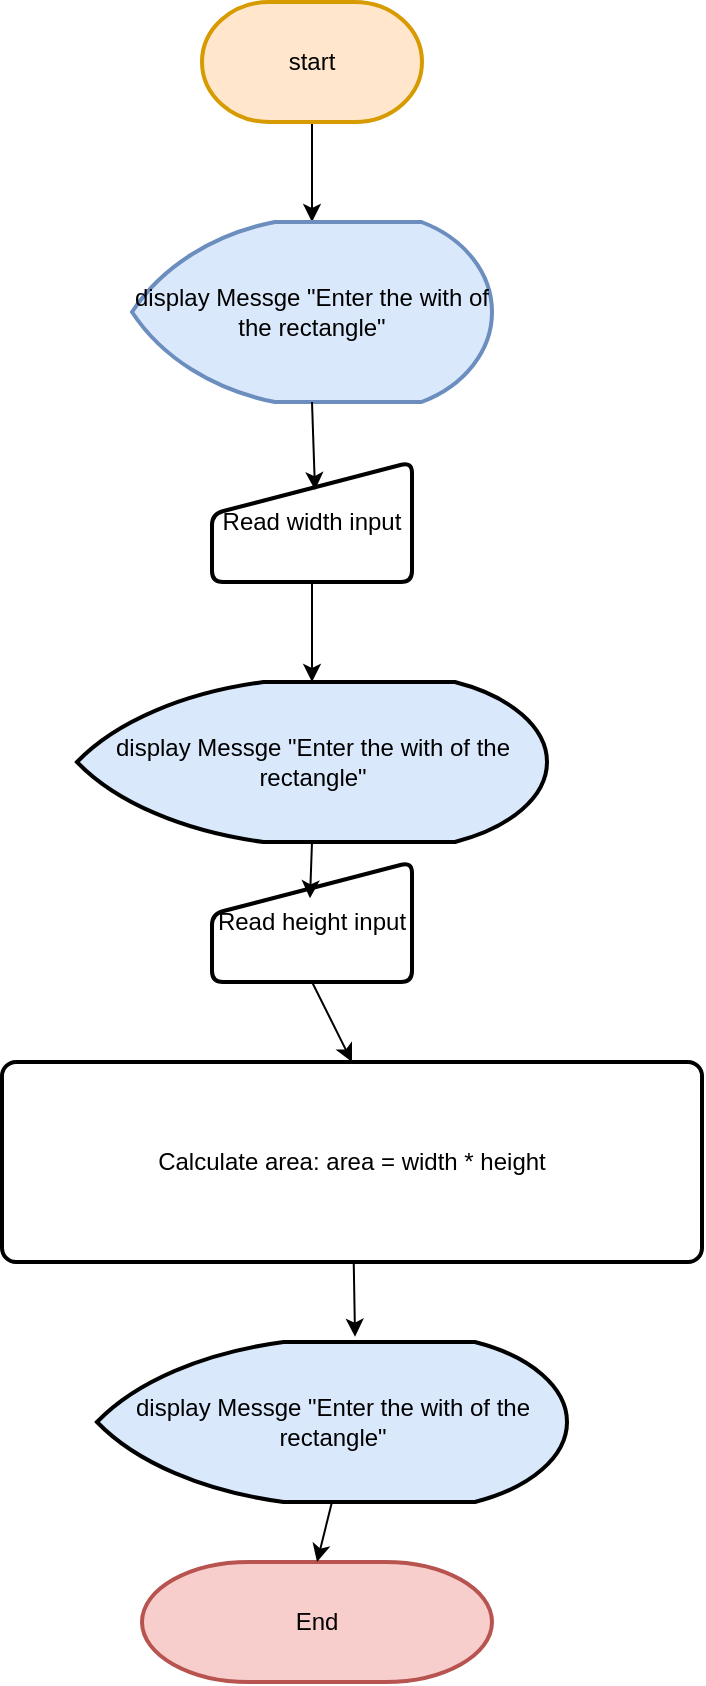
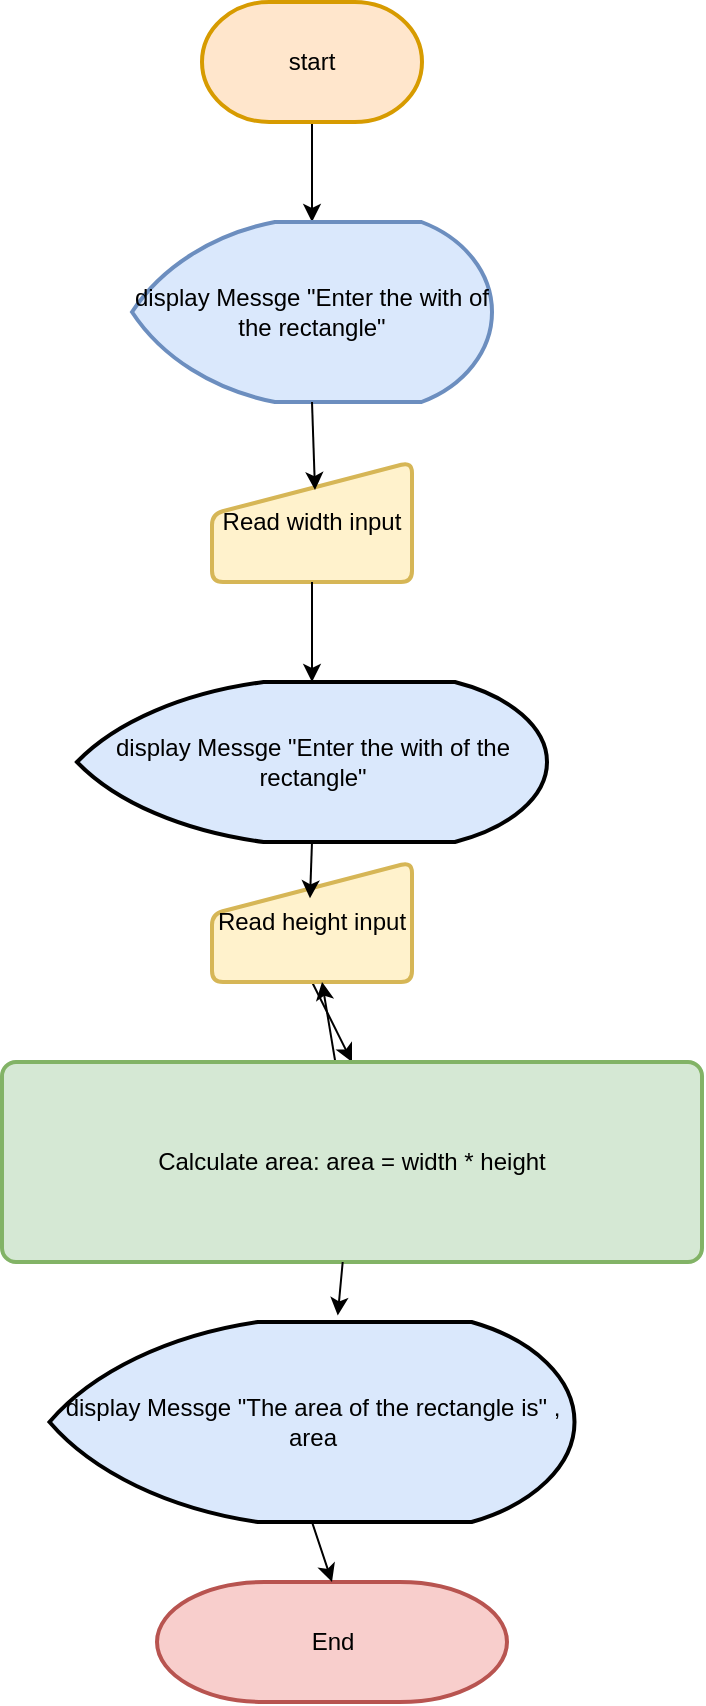
<mxfile host="65bd71144e">
    <diagram id="TBHhuu9kknzGPSk64VjY" name="Page-1">
-         <mxGraphModel dx="766" dy="455" grid="1" gridSize="10" guides="1" tooltips="1" connect="1" arrows="1" fold="1" page="1" pageScale="1" pageWidth="850" pageHeight="1100" math="0" shadow="0">
+         <mxGraphModel dx="1123" dy="747" grid="1" gridSize="10" guides="1" tooltips="1" connect="1" arrows="1" fold="1" page="1" pageScale="1" pageWidth="850" pageHeight="1100" math="0" shadow="0">
            <root>
                <mxCell id="0"/>
                <mxCell id="1" parent="0"/>
-                 <mxCell id="4" style="edgeStyle=none;html=1;" edge="1" parent="1" source="2" target="3">
+                 <mxCell id="4" style="edgeStyle=none;html=1;" parent="1" source="2" target="3" edge="1">
                    <mxGeometry relative="1" as="geometry"/>
                </mxCell>
-                 <mxCell id="2" value="start" style="strokeWidth=2;html=1;shape=mxgraph.flowchart.terminator;whiteSpace=wrap;fillColor=#ffe6cc;strokeColor=#d79b00;" vertex="1" parent="1">
+                 <mxCell id="2" value="start" style="strokeWidth=2;html=1;shape=mxgraph.flowchart.terminator;whiteSpace=wrap;fillColor=#ffe6cc;strokeColor=#d79b00;" parent="1" vertex="1">
                    <mxGeometry x="310" y="130" width="110" height="60" as="geometry"/>
                </mxCell>
-                 <mxCell id="3" value="display Messge &quot;Enter the with of the rectangle&quot;" style="strokeWidth=2;html=1;shape=mxgraph.flowchart.display;whiteSpace=wrap;fillColor=#dae8fc;strokeColor=#6c8ebf;" vertex="1" parent="1">
+                 <mxCell id="3" value="display Messge &quot;Enter the with of the rectangle&quot;" style="strokeWidth=2;html=1;shape=mxgraph.flowchart.display;whiteSpace=wrap;fillColor=#dae8fc;strokeColor=#6c8ebf;" parent="1" vertex="1">
                    <mxGeometry x="275" y="240" width="180" height="90" as="geometry"/>
                </mxCell>
-                 <mxCell id="5" value="Read width input" style="html=1;strokeWidth=2;shape=manualInput;whiteSpace=wrap;rounded=1;size=26;arcSize=11;" vertex="1" parent="1">
+                 <mxCell id="5" value="Read width input" style="html=1;strokeWidth=2;shape=manualInput;whiteSpace=wrap;rounded=1;size=26;arcSize=11;fillColor=#fff2cc;strokeColor=#d6b656;" parent="1" vertex="1">
                    <mxGeometry x="315" y="360" width="100" height="60" as="geometry"/>
                </mxCell>
-                 <mxCell id="6" value="&lt;span style=&quot;color: rgb(0, 0, 0);&quot;&gt;display Messge &quot;Enter the with of the rectangle&quot;&lt;/span&gt;" style="strokeWidth=2;html=1;shape=mxgraph.flowchart.display;whiteSpace=wrap;fillColor=light-dark(#dae8fc, #ededed);" vertex="1" parent="1">
+                 <mxCell id="6" value="&lt;span style=&quot;color: rgb(0, 0, 0);&quot;&gt;display Messge &quot;Enter the with of the rectangle&quot;&lt;/span&gt;" style="strokeWidth=2;html=1;shape=mxgraph.flowchart.display;whiteSpace=wrap;fillColor=light-dark(#dae8fc, #ededed);" parent="1" vertex="1">
                    <mxGeometry x="247.5" y="470" width="235" height="80" as="geometry"/>
                </mxCell>
-                 <mxCell id="7" style="edgeStyle=none;html=1;exitX=0.5;exitY=1;exitDx=0;exitDy=0;exitPerimeter=0;entryX=0.515;entryY=0.234;entryDx=0;entryDy=0;entryPerimeter=0;" edge="1" parent="1" source="3" target="5">
+                 <mxCell id="7" style="edgeStyle=none;html=1;exitX=0.5;exitY=1;exitDx=0;exitDy=0;exitPerimeter=0;entryX=0.515;entryY=0.234;entryDx=0;entryDy=0;entryPerimeter=0;" parent="1" source="3" target="5" edge="1">
                    <mxGeometry relative="1" as="geometry"/>
                </mxCell>
-                 <mxCell id="8" style="edgeStyle=none;html=1;exitX=0.5;exitY=1;exitDx=0;exitDy=0;entryX=0.5;entryY=0;entryDx=0;entryDy=0;entryPerimeter=0;" edge="1" parent="1" source="5" target="6">
+                 <mxCell id="8" style="edgeStyle=none;html=1;exitX=0.5;exitY=1;exitDx=0;exitDy=0;entryX=0.5;entryY=0;entryDx=0;entryDy=0;entryPerimeter=0;" parent="1" source="5" target="6" edge="1">
                    <mxGeometry relative="1" as="geometry"/>
                </mxCell>
-                 <mxCell id="12" style="edgeStyle=none;html=1;exitX=0.5;exitY=1;exitDx=0;exitDy=0;entryX=0.5;entryY=0;entryDx=0;entryDy=0;" edge="1" parent="1" source="9" target="11">
+                 <mxCell id="12" style="edgeStyle=none;html=1;exitX=0.5;exitY=1;exitDx=0;exitDy=0;entryX=0.5;entryY=0;entryDx=0;entryDy=0;" parent="1" source="9" target="11" edge="1">
                    <mxGeometry relative="1" as="geometry"/>
                </mxCell>
-                 <mxCell id="9" value="Read height input" style="html=1;strokeWidth=2;shape=manualInput;whiteSpace=wrap;rounded=1;size=26;arcSize=11;" vertex="1" parent="1">
+                 <mxCell id="9" value="Read height input" style="html=1;strokeWidth=2;shape=manualInput;whiteSpace=wrap;rounded=1;size=26;arcSize=11;fillColor=#fff2cc;strokeColor=#d6b656;" parent="1" vertex="1">
                    <mxGeometry x="315" y="560" width="100" height="60" as="geometry"/>
                </mxCell>
-                 <mxCell id="10" style="edgeStyle=none;html=1;exitX=0.5;exitY=1;exitDx=0;exitDy=0;exitPerimeter=0;entryX=0.49;entryY=0.303;entryDx=0;entryDy=0;entryPerimeter=0;" edge="1" parent="1" source="6" target="9">
+                 <mxCell id="10" style="edgeStyle=none;html=1;exitX=0.5;exitY=1;exitDx=0;exitDy=0;exitPerimeter=0;entryX=0.49;entryY=0.303;entryDx=0;entryDy=0;entryPerimeter=0;" parent="1" source="6" target="9" edge="1">
                    <mxGeometry relative="1" as="geometry"/>
                </mxCell>
-                 <mxCell id="11" value="Calculate area: area = width * height" style="rounded=1;whiteSpace=wrap;html=1;absoluteArcSize=1;arcSize=14;strokeWidth=2;" vertex="1" parent="1">
+                 <mxCell id="18" value="" style="edgeStyle=none;html=1;" edge="1" parent="1" source="11" target="9">
+                     <mxGeometry relative="1" as="geometry"/>
+                 </mxCell>
+                 <mxCell id="11" value="Calculate area: area = width * height" style="rounded=1;whiteSpace=wrap;html=1;absoluteArcSize=1;arcSize=14;strokeWidth=2;fillColor=#d5e8d4;strokeColor=#82b366;" parent="1" vertex="1">
                    <mxGeometry x="210" y="660" width="350" height="100" as="geometry"/>
                </mxCell>
-                 <mxCell id="13" value="&lt;span style=&quot;color: rgb(0, 0, 0);&quot;&gt;display Messge &quot;Enter the with of the rectangle&quot;&lt;/span&gt;" style="strokeWidth=2;html=1;shape=mxgraph.flowchart.display;whiteSpace=wrap;fillColor=light-dark(#dae8fc, #ededed);" vertex="1" parent="1">
-                     <mxGeometry x="257.5" y="800" width="235" height="80" as="geometry"/>
+                 <mxCell id="13" value="&lt;span style=&quot;color: rgb(0, 0, 0);&quot;&gt;display Messge &quot;The area of the rectangle is&quot; , area&lt;/span&gt;" style="strokeWidth=2;html=1;shape=mxgraph.flowchart.display;whiteSpace=wrap;fillColor=light-dark(#dae8fc, #ededed);" parent="1" vertex="1">
+                     <mxGeometry x="233.75" y="790" width="262.5" height="100" as="geometry"/>
                </mxCell>
-                 <mxCell id="14" style="edgeStyle=none;html=1;entryX=0.549;entryY=-0.033;entryDx=0;entryDy=0;entryPerimeter=0;" edge="1" parent="1" source="11" target="13">
+                 <mxCell id="14" style="edgeStyle=none;html=1;entryX=0.549;entryY=-0.033;entryDx=0;entryDy=0;entryPerimeter=0;" parent="1" source="11" target="13" edge="1">
                    <mxGeometry relative="1" as="geometry"/>
                </mxCell>
-                 <mxCell id="16" value="End" style="strokeWidth=2;html=1;shape=mxgraph.flowchart.terminator;whiteSpace=wrap;fillColor=#f8cecc;strokeColor=#b85450;" vertex="1" parent="1">
-                     <mxGeometry x="280" y="910" width="175" height="60" as="geometry"/>
+                 <mxCell id="16" value="End" style="strokeWidth=2;html=1;shape=mxgraph.flowchart.terminator;whiteSpace=wrap;fillColor=#f8cecc;strokeColor=#b85450;" parent="1" vertex="1">
+                     <mxGeometry x="287.5" y="920" width="175" height="60" as="geometry"/>
                </mxCell>
-                 <mxCell id="17" style="edgeStyle=none;html=1;exitX=0.5;exitY=1;exitDx=0;exitDy=0;exitPerimeter=0;entryX=0.5;entryY=0;entryDx=0;entryDy=0;entryPerimeter=0;" edge="1" parent="1" source="13" target="16">
+                 <mxCell id="17" style="edgeStyle=none;html=1;exitX=0.5;exitY=1;exitDx=0;exitDy=0;exitPerimeter=0;entryX=0.5;entryY=0;entryDx=0;entryDy=0;entryPerimeter=0;" parent="1" source="13" target="16" edge="1">
                    <mxGeometry relative="1" as="geometry"/>
                </mxCell>
            </root>
        </mxGraphModel>
    </diagram>
</mxfile>